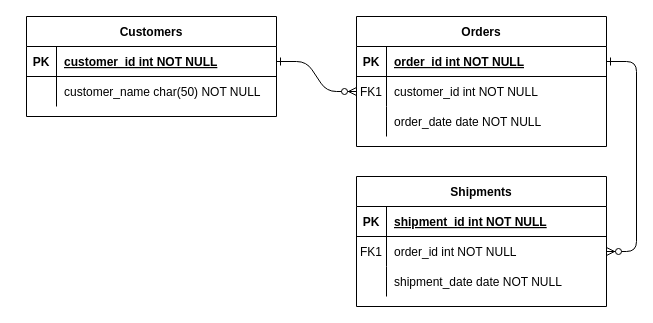
ngochung130201/DoAnWebBanHang keeps this draw.io diagram as Untitled Diagram.drawio. Above is the earlier version. Source tidied: cells renumbered, new cells numbered last; positions are measured from the earlier drawing's top-left corner, leaving out a move shared by most shapes. Both pictures are drawn from the tidied source at 100%, with x=0, y=0 at pixel (26, 16).
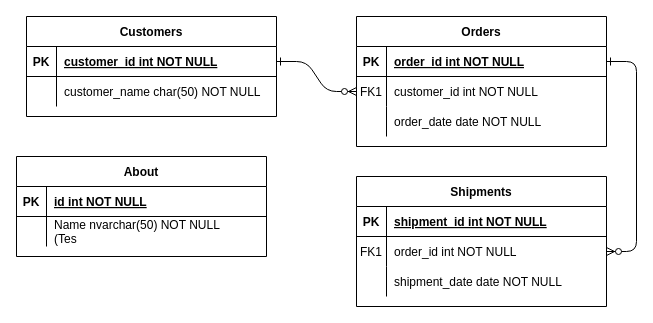
After the change.

The edit, as a diff of the source:
```diff
@@
+    <mxCell id="31" value="About" style="shape=table;startSize=30;childLayout=tableLayout;rowLines=0;fontStyle=1;align=center;" parent="1" vertex="1">
+      <mxGeometry x="-10" y="140" width="250" height="100" as="geometry" />
+    </mxCell>
+    <mxCell id="32" style="shape=partialRectangle;fillColor=none;top=0;left=0;right=0;bottom=1;" parent="31" vertex="1">
+      <mxGeometry y="30" width="250" height="30" as="geometry" />
+    </mxCell>
+    <mxCell id="33" value="PK" style="shape=partialRectangle;overflow=hidden;fillColor=none;top=0;left=0;bottom=0;right=0;fontStyle=1;" parent="32" vertex="1">
+      <mxGeometry width="30" height="30" as="geometry" />
+    </mxCell>
+    <mxCell id="34" value="id int NOT NULL " style="shape=partialRectangle;overflow=hidden;fillColor=none;top=0;left=0;bottom=0;right=0;align=left;spacingLeft=6;fontStyle=5;" parent="32" vertex="1">
+      <mxGeometry x="30" width="220" height="30" as="geometry" />
+    </mxCell>
+    <mxCell id="35" style="shape=partialRectangle;fillColor=none;top=0;left=0;right=0;bottom=0;" parent="31" vertex="1">
+      <mxGeometry y="60" width="250" height="30" as="geometry" />
+    </mxCell>
+    <mxCell id="36" style="shape=partialRectangle;overflow=hidden;fillColor=none;top=0;left=0;bottom=0;right=0;" parent="35" vertex="1">
+      <mxGeometry width="30" height="30" as="geometry" />
+    </mxCell>
+    <mxCell id="37" value="Name nvarchar(50) NOT NULL&#10;(Tes" style="shape=partialRectangle;overflow=hidden;fillColor=none;top=0;left=0;bottom=0;right=0;align=left;spacingLeft=6;" parent="35" vertex="1">
+      <mxGeometry x="30" width="220" height="30" as="geometry" />
+    </mxCell>
```
